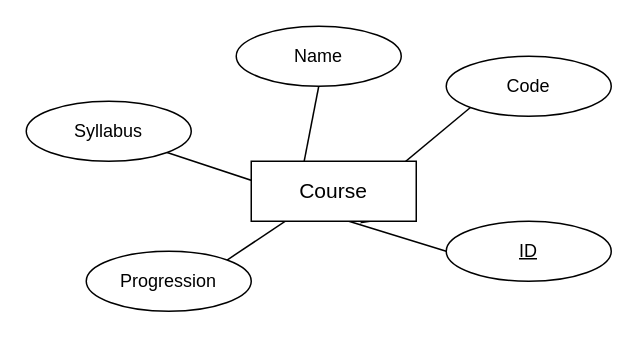
The draw.io diagram erdiagram.drawio in emfo2405/backend_m1, before the edit. Source tidied: cells renumbered, new cells numbered last; positions are measured from the earlier drawing's top-left corner, leaving out a move shared by most shapes. Both pictures are drawn from the tidied source at 150%, with x=0, y=0 at pixel (26, 26).
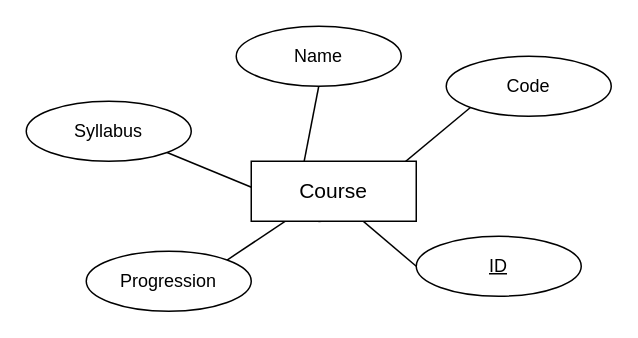
The same diagram, later.

Commit message (it also covers changes not shown here):
ER-diagram ritat

The edit, as a diff of the source:
```diff
@@
 <mxGraphModel>
   <root>
     <mxCell id="0" />
     <mxCell id="1" parent="0" />
-    <mxCell id="2" style="edgeStyle=none;html=1;exitX=0;exitY=0.5;exitDx=0;exitDy=0;entryX=0;entryY=0.5;entryDx=0;entryDy=0;" parent="1" edge="1" source="10" target="7">
+    <mxCell id="2" style="edgeStyle=none;html=1;exitX=0;exitY=0.5;exitDx=0;exitDy=0;entryX=0.25;entryY=0;entryDx=0;entryDy=0;" parent="1" edge="1" source="10" target="7">
       <mxGeometry relative="1" as="geometry" />
     </mxCell>
     <mxCell id="3" style="edgeStyle=none;html=1;exitX=0;exitY=1;exitDx=0;exitDy=0;entryX=0.5;entryY=1;entryDx=0;entryDy=0;" parent="1" edge="1" source="9" target="7">
       <mxGeometry relative="1" as="geometry" />
     </mxCell>
     <mxCell id="4" style="edgeStyle=none;html=1;exitX=0.5;exitY=1;exitDx=0;exitDy=0;entryX=0.25;entryY=1;entryDx=0;entryDy=0;" parent="1" edge="1" source="8" target="7">
       <mxGeometry relative="1" as="geometry" />
     </mxCell>
-    <mxCell id="5" style="edgeStyle=none;html=1;exitX=1;exitY=1;exitDx=0;exitDy=0;entryX=0.75;entryY=1;entryDx=0;entryDy=0;" parent="1" edge="1" source="11" target="7">
+    <mxCell id="5" style="edgeStyle=none;html=1;exitX=1;exitY=1;exitDx=0;exitDy=0;entryX=0.5;entryY=1;entryDx=0;entryDy=0;" parent="1" edge="1" source="11" target="7">
       <mxGeometry relative="1" as="geometry" />
     </mxCell>
     <mxCell id="6" style="edgeStyle=none;html=1;exitX=1;exitY=0;exitDx=0;exitDy=0;entryX=0.75;entryY=0;entryDx=0;entryDy=0;" parent="1" edge="1" source="12" target="7">
       <mxGeometry relative="1" as="geometry" />
     </mxCell>
     <mxCell id="7" value="&lt;font style=&quot;font-size: 14px;&quot;&gt;Course&lt;/font&gt;" style="whiteSpace=wrap;html=1;" parent="1" vertex="1">
       <mxGeometry x="150" y="90" width="110" height="40" as="geometry" />
     </mxCell>
     <mxCell id="8" value="Name" style="ellipse;whiteSpace=wrap;html=1;" parent="1" vertex="1">
       <mxGeometry x="140" width="110" height="40" as="geometry" />
     </mxCell>
     <mxCell id="9" value="Code" style="ellipse;whiteSpace=wrap;html=1;" parent="1" vertex="1">
       <mxGeometry x="280" y="20" width="110" height="40" as="geometry" />
     </mxCell>
     <mxCell id="10" value="&lt;u&gt;ID&lt;/u&gt;" style="ellipse;whiteSpace=wrap;html=1;" parent="1" vertex="1">
-      <mxGeometry x="280" y="130" width="110" height="40" as="geometry" />
+      <mxGeometry x="260" y="140" width="110" height="40" as="geometry" />
     </mxCell>
     <mxCell id="11" value="Syllabus" style="ellipse;whiteSpace=wrap;html=1;" parent="1" vertex="1">
       <mxGeometry y="50" width="110" height="40" as="geometry" />
     </mxCell>
     <mxCell id="12" value="Progression" style="ellipse;whiteSpace=wrap;html=1;" parent="1" vertex="1">
       <mxGeometry x="40" y="150" width="110" height="40" as="geometry" />
     </mxCell>
   </root>
 </mxGraphModel>
```
